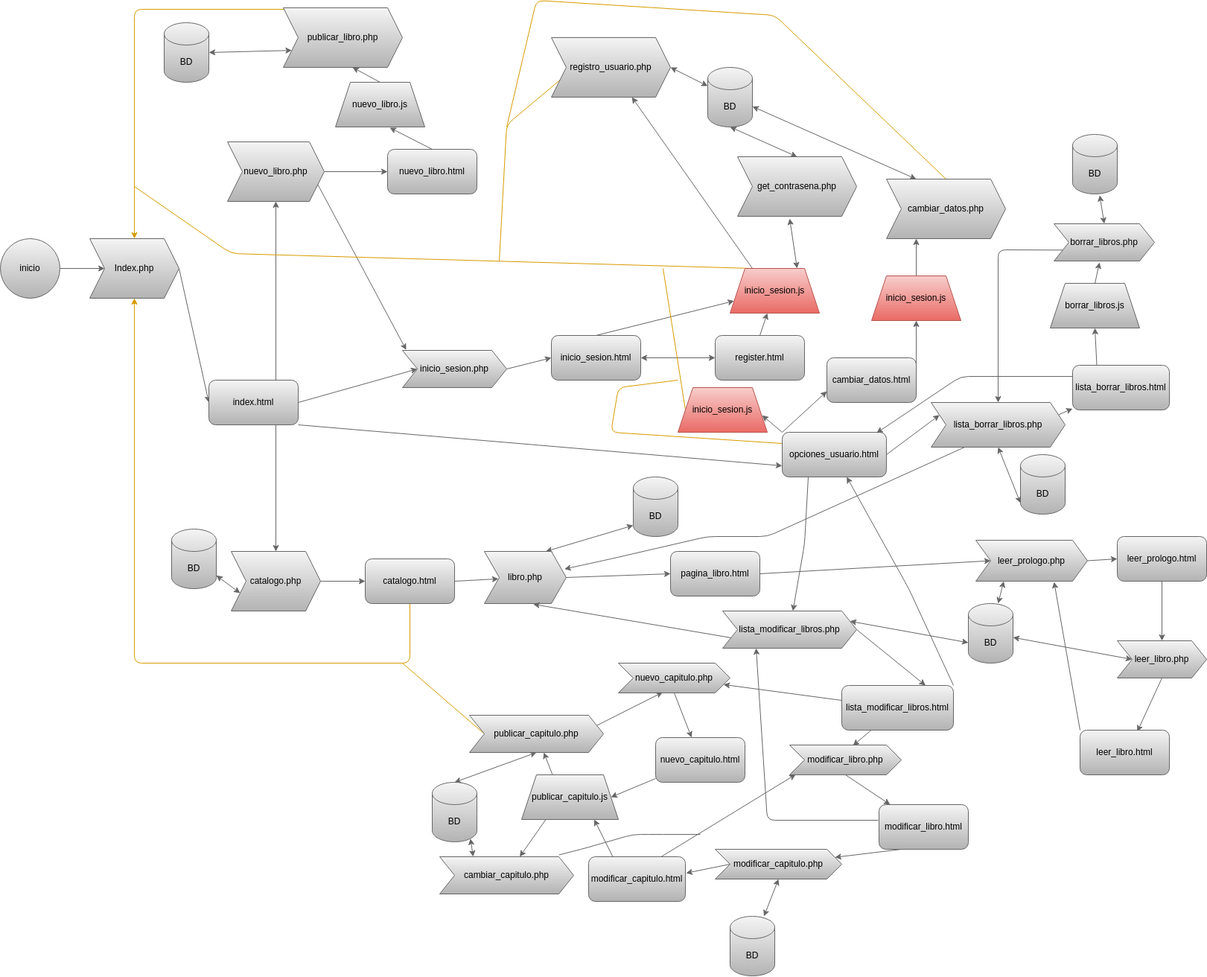
Before: documentacion/imagenes/diagrama_paginas.png, a diagram exported from draw.io (Calcoph/docker-lamp). Source tidied: cells renumbered, new cells last; positions are measured from the earlier drawing's top-left corner, leaving out a move shared by most shapes.
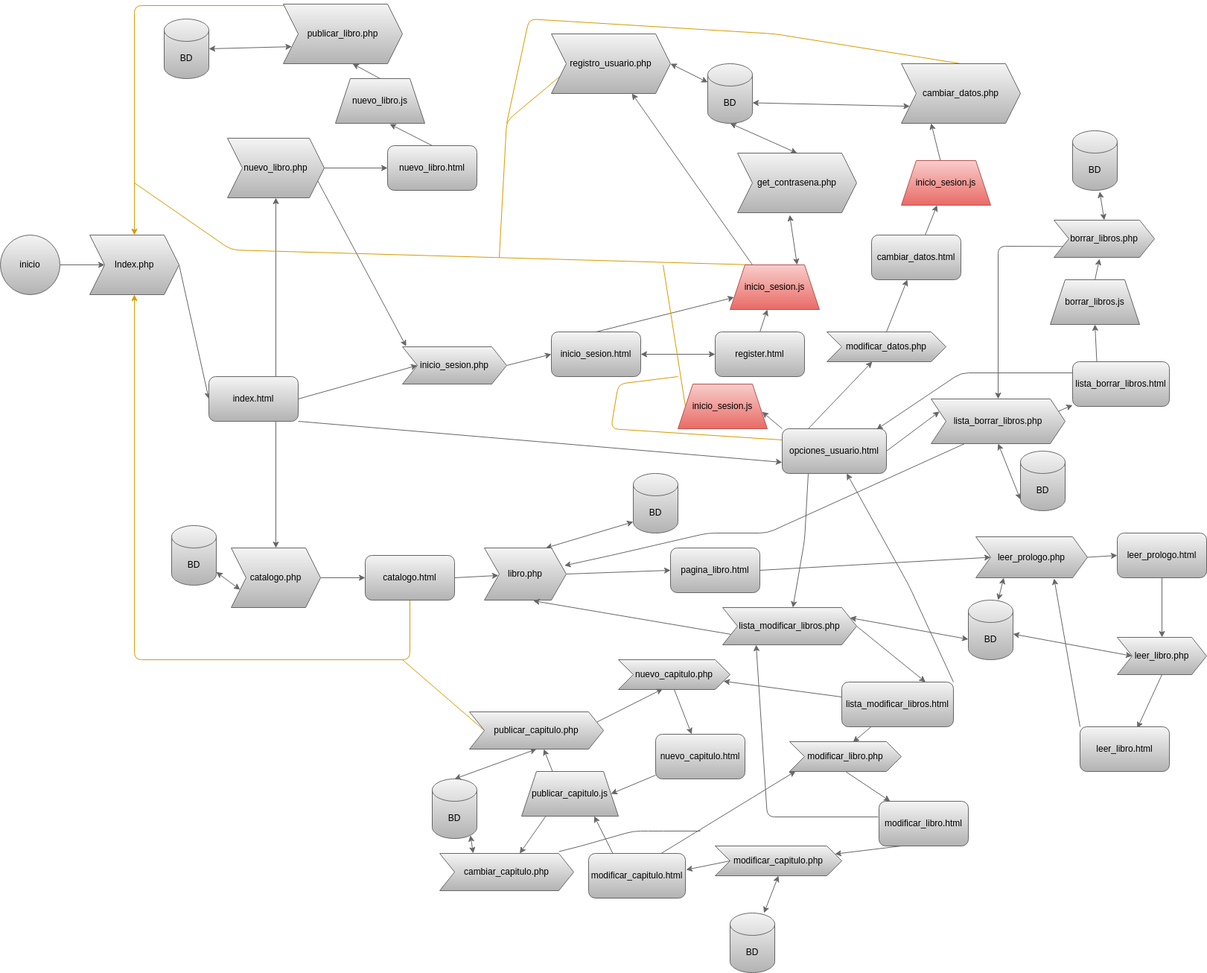
The same diagram one commit later.

Commit message:
actualizar diagrama

Change to the diagram source:
```diff
@@ -186,32 +186,29 @@
     <mxCell id="56" style="edgeStyle=none;html=1;exitX=1;exitY=0.5;exitDx=0;exitDy=0;entryX=0;entryY=0.5;entryDx=0;entryDy=0;fillColor=#f5f5f5;strokeColor=#666666;gradientColor=#b3b3b3;" parent="1" edge="1" source="58" target="29">
       <mxGeometry relative="1" as="geometry" />
     </mxCell>
-    <mxCell id="57" style="edgeStyle=none;shape=connector;rounded=1;html=1;exitX=0;exitY=0;exitDx=0;exitDy=0;entryX=0;entryY=0.75;entryDx=0;entryDy=0;labelBackgroundColor=default;fontFamily=Helvetica;fontSize=11;fontColor=default;startArrow=none;startFill=0;endArrow=classic;strokeColor=#666666;fillColor=#f5f5f5;gradientColor=#b3b3b3;" parent="1" edge="1" source="68" target="60">
-      <mxGeometry relative="1" as="geometry" />
-    </mxCell>
     <mxCell id="58" value="inicio_sesion.php" style="shape=step;perimeter=stepPerimeter;whiteSpace=wrap;html=1;fixedSize=1;fillColor=#f5f5f5;gradientColor=#b3b3b3;strokeColor=#666666;fontColor=#000000;" parent="1" vertex="1">
       <mxGeometry x="540" y="470" width="140" height="50" as="geometry" />
     </mxCell>
-    <mxCell id="59" style="edgeStyle=none;shape=connector;rounded=1;html=1;exitX=1;exitY=0.5;exitDx=0;exitDy=0;labelBackgroundColor=default;fontFamily=Helvetica;fontSize=11;fontColor=default;startArrow=none;startFill=0;endArrow=classic;strokeColor=#666666;fillColor=#f5f5f5;gradientColor=#b3b3b3;" parent="1" edge="1" source="60" target="69">
+    <mxCell id="59" style="edgeStyle=none;shape=connector;rounded=1;html=1;labelBackgroundColor=default;fontFamily=Helvetica;fontSize=11;fontColor=default;startArrow=none;startFill=0;endArrow=classic;strokeColor=#666666;fillColor=#f5f5f5;gradientColor=#b3b3b3;" parent="1" edge="1" source="60" target="69">
       <mxGeometry relative="1" as="geometry" />
     </mxCell>
     <mxCell id="60" value="cambiar_datos.html" style="rounded=1;whiteSpace=wrap;html=1;fillColor=#f5f5f5;gradientColor=#b3b3b3;strokeColor=#666666;fontColor=#000000;" parent="1" vertex="1">
-      <mxGeometry x="1110" y="480" width="120" height="60" as="geometry" />
+      <mxGeometry x="1170" y="320" width="120" height="60" as="geometry" />
     </mxCell>
-    <mxCell id="61" style="edgeStyle=none;shape=connector;rounded=1;html=1;exitX=0.25;exitY=0;exitDx=0;exitDy=0;entryX=1;entryY=0;entryDx=0;entryDy=52.5;entryPerimeter=0;labelBackgroundColor=default;fontFamily=Helvetica;fontSize=11;fontColor=default;startArrow=classic;startFill=1;endArrow=classic;strokeColor=#666666;fillColor=#f5f5f5;gradientColor=#b3b3b3;" parent="1" edge="1" source="63" target="37">
+    <mxCell id="61" style="edgeStyle=none;shape=connector;rounded=1;html=1;exitX=0;exitY=0.75;exitDx=0;exitDy=0;entryX=1;entryY=0;entryDx=0;entryDy=52.5;entryPerimeter=0;labelBackgroundColor=default;fontFamily=Helvetica;fontSize=11;fontColor=default;startArrow=classic;startFill=1;endArrow=classic;strokeColor=#666666;fillColor=#f5f5f5;gradientColor=#b3b3b3;" parent="1" edge="1" source="63" target="37">
       <mxGeometry relative="1" as="geometry" />
     </mxCell>
     <mxCell id="62" style="edgeStyle=none;shape=connector;rounded=1;html=1;exitX=0.5;exitY=0;exitDx=0;exitDy=0;labelBackgroundColor=default;fontFamily=Helvetica;fontSize=11;fontColor=default;startArrow=none;startFill=0;endArrow=none;strokeColor=#d79b00;fillColor=#ffcd28;gradientColor=#ffa500;endFill=0;" parent="1" edge="1" source="63">
       <mxGeometry relative="1" as="geometry">
         <mxPoint x="680" y="170" as="targetPoint" />
         <Array as="points">
-          <mxPoint x="1040" y="20" />
-          <mxPoint x="720" />
+          <mxPoint x="1040" y="50" />
+          <mxPoint x="710" y="30" />
         </Array>
       </mxGeometry>
     </mxCell>
     <mxCell id="63" value="cambiar_datos.php" style="shape=step;perimeter=stepPerimeter;whiteSpace=wrap;html=1;fixedSize=1;fillColor=#f5f5f5;gradientColor=#b3b3b3;strokeColor=#666666;fontColor=#000000;" parent="1" vertex="1">
-      <mxGeometry x="1190" y="240" width="160" height="80" as="geometry" />
+      <mxGeometry x="1210" y="90" width="160" height="80" as="geometry" />
     </mxCell>
     <mxCell id="64" style="edgeStyle=none;shape=connector;rounded=1;html=1;exitX=0;exitY=0;exitDx=0;exitDy=0;entryX=0.942;entryY=0.62;entryDx=0;entryDy=0;entryPerimeter=0;labelBackgroundColor=default;fontFamily=Helvetica;fontSize=11;fontColor=default;endArrow=classic;strokeColor=#666666;fillColor=#f5f5f5;gradientColor=#b3b3b3;" parent="1" edge="1" source="68" target="71">
       <mxGeometry relative="1" as="geometry" />
@@ -235,11 +232,14 @@
         </Array>
       </mxGeometry>
     </mxCell>
+    <mxCell id="127" style="edgeStyle=none;html=1;exitX=0.25;exitY=0;exitDx=0;exitDy=0;fillColor=#f5f5f5;gradientColor=#b3b3b3;strokeColor=#666666;" parent="1" edge="1" source="68" target="129">
+      <mxGeometry relative="1" as="geometry" />
+    </mxCell>
     <mxCell id="68" value="opciones_usuario.html" style="rounded=1;whiteSpace=wrap;html=1;fillColor=#f5f5f5;gradientColor=#b3b3b3;strokeColor=#666666;fontColor=#000000;" parent="1" vertex="1">
       <mxGeometry x="1050" y="580" width="140" height="60" as="geometry" />
     </mxCell>
     <mxCell id="69" value="inicio_sesion.js" style="shape=trapezoid;perimeter=trapezoidPerimeter;whiteSpace=wrap;html=1;fixedSize=1;fontFamily=Helvetica;fontSize=12;strokeColor=#b85450;fillColor=#f8cecc;gradientColor=#ea6b66;" parent="1" vertex="1">
-      <mxGeometry x="1170" y="370" width="120" height="60" as="geometry" />
+      <mxGeometry x="1210" y="220" width="120" height="60" as="geometry" />
     </mxCell>
     <mxCell id="70" style="edgeStyle=none;shape=connector;rounded=1;html=1;exitX=0;exitY=0.5;exitDx=0;exitDy=0;labelBackgroundColor=default;fontFamily=Helvetica;fontSize=11;fontColor=default;endArrow=none;strokeColor=#d79b00;fillColor=#ffcd28;gradientColor=#ffa500;endFill=0;" parent="1" edge="1" source="71">
       <mxGeometry relative="1" as="geometry">
@@ -445,5 +445,11 @@
     <mxCell id="126" value="BD" style="shape=cylinder3;whiteSpace=wrap;html=1;boundedLbl=1;backgroundOutline=1;size=15;fontFamily=Helvetica;fontSize=12;fontColor=#000000;strokeColor=#666666;fillColor=#f5f5f5;gradientColor=#b3b3b3;" parent="1" vertex="1">
       <mxGeometry x="1370" y="610" width="60" height="80" as="geometry" />
     </mxCell>
+    <mxCell id="128" style="edgeStyle=none;shape=connector;rounded=1;html=1;exitX=0.5;exitY=0;exitDx=0;exitDy=0;labelBackgroundColor=default;fontFamily=Helvetica;fontSize=11;fontColor=default;endArrow=classic;strokeColor=#666666;fillColor=#f5f5f5;gradientColor=#b3b3b3;" parent="1" edge="1" source="129" target="60">
+      <mxGeometry relative="1" as="geometry" />
+    </mxCell>
+    <mxCell id="129" value="modificar_datos.php" style="shape=step;perimeter=stepPerimeter;whiteSpace=wrap;html=1;fixedSize=1;fillColor=#f5f5f5;gradientColor=#b3b3b3;strokeColor=#666666;fontColor=#000000;" parent="1" vertex="1">
+      <mxGeometry x="1110" y="450" width="160" height="40" as="geometry" />
+    </mxCell>
   </root>
 </mxGraphModel>
```
